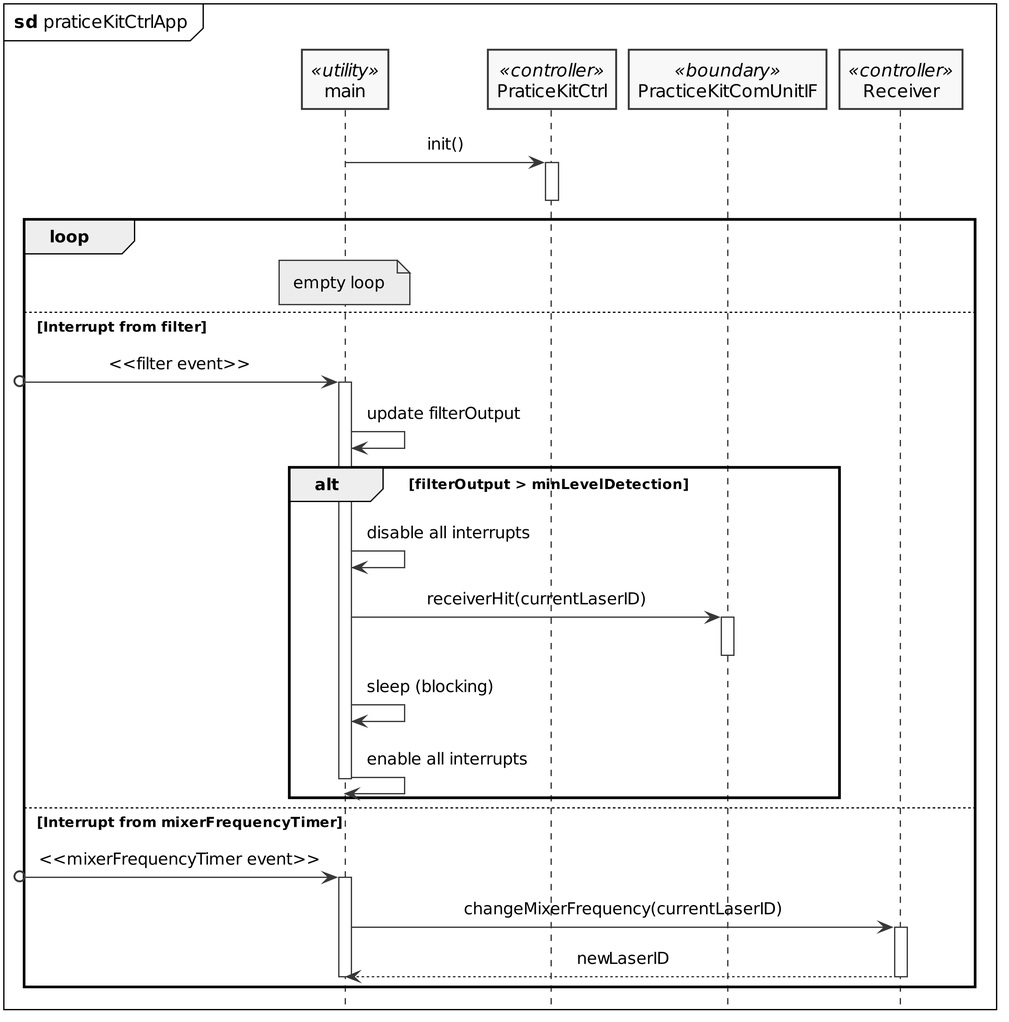
This is PlantUML/out/practiceKitCtrlApp_sd.png from LasseKrarup/Laser-Tag-Project, a PlantUML export, as it was before one commit.
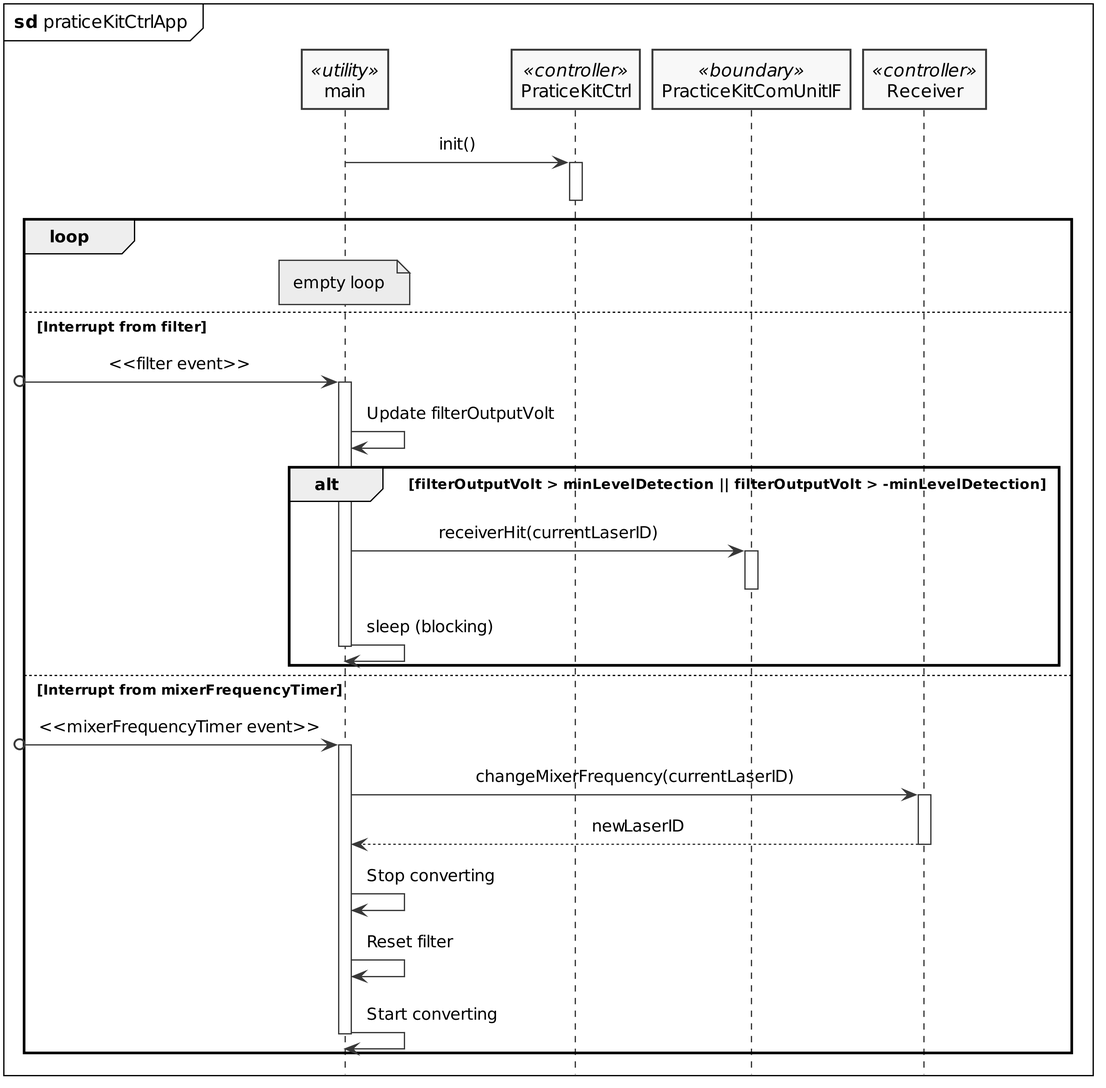
Above is the later version.

The edit, as a diff of the source:
```diff
@@ -29,14 +29,12 @@
     [o-> main: <<filter event>>
     activate main
 
-    main -> main: update filterOutput
+    main -> main: Update filterOutputVolt
 
-    alt filterOutput > minLevelDetection
-        main -> main: disable all interrupts
+    alt filterOutputVolt > minLevelDetection || filterOutputVolt > -minLevelDetection
         main -> PracticeKitComUnitIF++: receiverHit(currentLaserID)
         deactivate PracticeKitComUnitIF
         main -> main: sleep (blocking)
-        main -> main: enable all interrupts
         deactivate main
     end
 
@@ -45,6 +43,9 @@
     activate main
     main -> Receiver++: changeMixerFrequency(currentLaserID)
     return newLaserID
+    main -> main: Stop converting
+    main -> main: Reset filter
+    main -> main: Start converting
     deactivate main
     deactivate Receiver
 end
```
